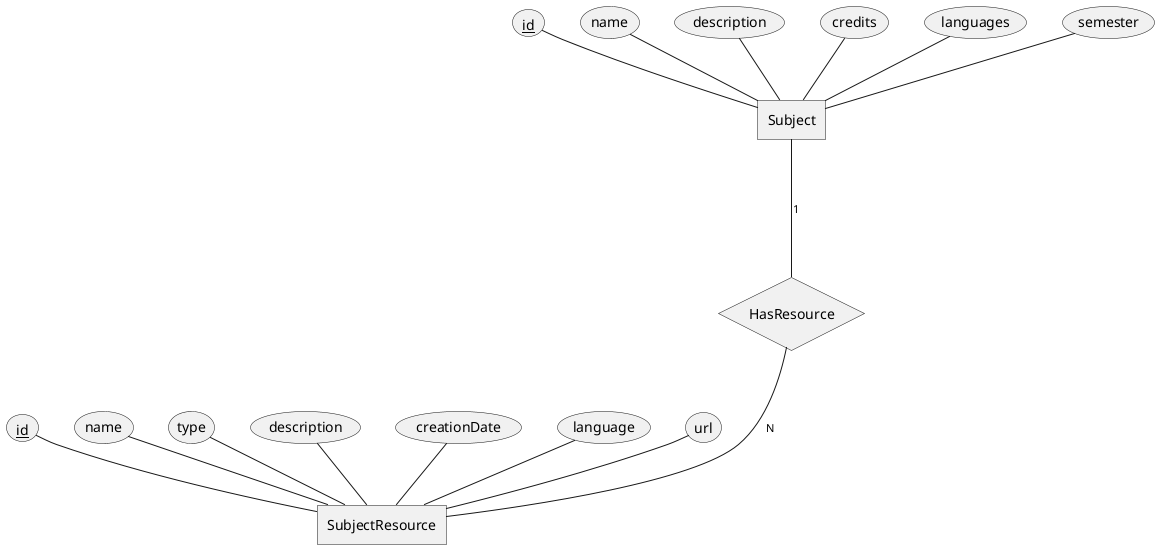
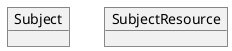
- @startchen
- ' left to right direction
+ @startuml
+ object Subject {

- entity Subject {
-     id <<key>>
-     name
-     description
-     credits
-     languages
-     semester
- }
- entity SubjectResource{
-     id <<key>>
-     name <<unique>>
-     type
-     description
-     creationDate
-     language
-     url
}

- relationship HasResource {
+ object SubjectResource {
}
- 
- Subject -1- HasResource
- HasResource -N- SubjectResource
- 
- @endchen
+ @enduml
